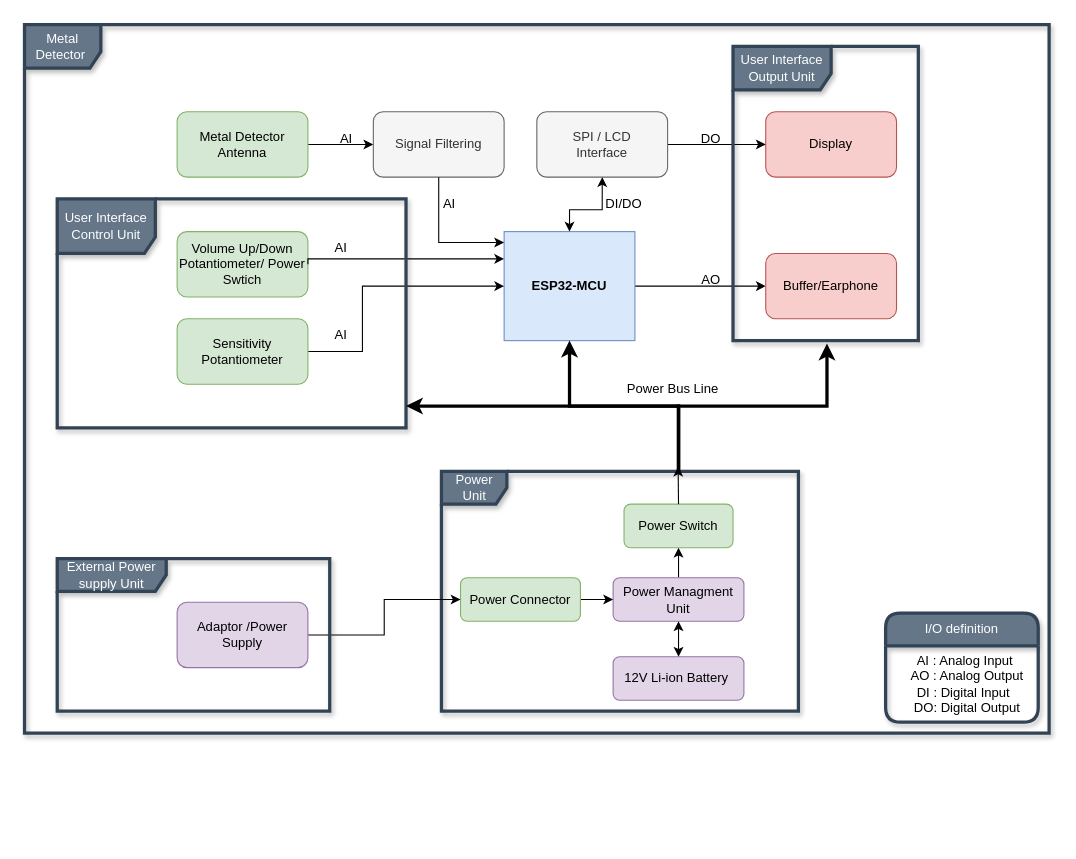
Above: Metal Dedektör.drawio in metevs09/Metal_Dedector (draw.io), before the change. Source tidied: cells renumbered, new cells numbered last; positions are measured from the earlier drawing's top-left corner, leaving out a move shared by most shapes. Both pictures are drawn from the tidied source at 109%, with x=0, y=0 at pixel (24, 24).
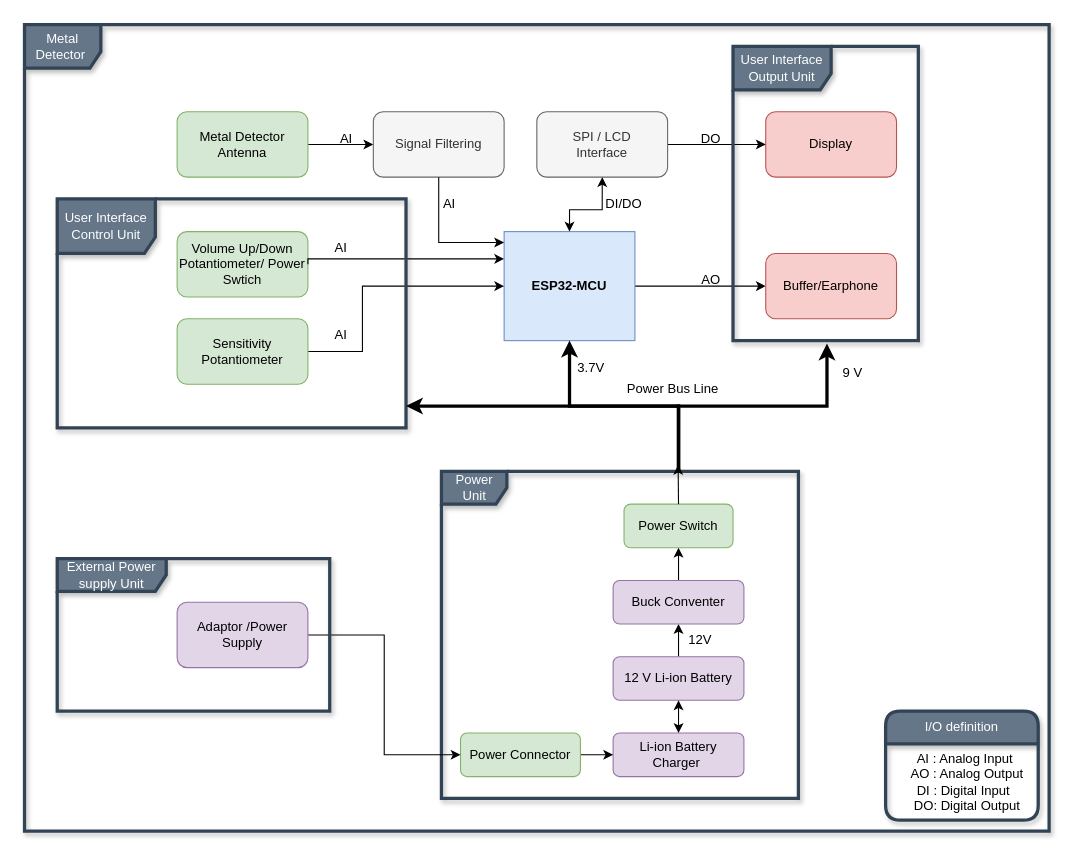
The same page after the edit.

Unchanged cells that the change refers to:
```xml
<mxCell id="32" value="Power Switch" style="rounded=1;whiteSpace=wrap;html=1;fillColor=#d5e8d4;strokeColor=#82b366;" parent="1" vertex="1">
  <mxGeometry x="550" y="440" width="100" height="40" as="geometry" />
</mxCell>
```

What changed in the source:
```diff
@@
-    <mxCell id="6" value="12V Li-ion Battery&amp;nbsp;" style="rounded=1;whiteSpace=wrap;html=1;fillColor=#e1d5e7;strokeColor=#9673a6;" parent="1" vertex="1">
-      <mxGeometry x="540" y="580" width="120" height="40" as="geometry" />
+    <mxCell id="6" value="Li-ion Battery Charger&amp;nbsp;" style="rounded=1;whiteSpace=wrap;html=1;fillColor=#e1d5e7;strokeColor=#9673a6;" parent="1" vertex="1">
+      <mxGeometry x="540" y="650" width="120" height="40" as="geometry" />
     </mxCell>
@@
     <mxCell id="22" value="Metal Detector&amp;nbsp;" style="shape=umlFrame;whiteSpace=wrap;html=1;fillColor=#647687;strokeColor=#314354;strokeWidth=3;shadow=1;fontColor=#ffffff;width=70;height=40;" parent="1" vertex="1">
-      <mxGeometry width="940" height="650" as="geometry" />
+      <mxGeometry width="940" height="740" as="geometry" />
     </mxCell>
     <mxCell id="23" value="I/O definition" style="swimlane;fontStyle=0;horizontal=1;startSize=30;whiteSpace=wrap;html=1;strokeWidth=3;fillColor=#647687;fontColor=#ffffff;strokeColor=#314354;glass=0;shadow=1;rounded=1;" parent="1" vertex="1">
-      <mxGeometry x="790" y="540" width="140" height="100" as="geometry" />
+      <mxGeometry x="790" y="630" width="140" height="100" as="geometry" />
     </mxCell>
@@
     <mxCell id="31" value="Power Unit" style="shape=umlFrame;whiteSpace=wrap;html=1;strokeWidth=3;fillColor=#647687;fontColor=#ffffff;strokeColor=#314354;shadow=1;" parent="1" vertex="1">
-      <mxGeometry x="382.5" y="410" width="327.5" height="220" as="geometry" />
+      <mxGeometry x="382.5" y="410" width="327.5" height="300" as="geometry" />
     </mxCell>
@@
-    <mxCell id="33" style="edgeStyle=orthogonalEdgeStyle;rounded=0;jettySize=auto;html=1;exitX=0.5;exitY=0;exitDx=0;exitDy=0;entryX=0.5;entryY=1;entryDx=0;entryDy=0;" parent="1" edge="1" source="34" target="32">
-      <mxGeometry relative="1" as="geometry" />
-    </mxCell>
+    <mxCell id="45" style="edgeStyle=orthogonalEdgeStyle;rounded=0;jettySize=auto;html=1;" parent="1" edge="1" source="34" target="48">
+      <mxGeometry relative="1" as="geometry" />
+    </mxCell>
-    <mxCell id="34" value="Power Managment Unit" style="rounded=1;whiteSpace=wrap;html=1;fillColor=#e1d5e7;strokeColor=#9673a6;" parent="1" vertex="1">
-      <mxGeometry x="540" y="507.5" width="120" height="40" as="geometry" />
+    <mxCell id="34" value="12 V Li-ion Battery" style="rounded=1;whiteSpace=wrap;html=1;fillColor=#e1d5e7;strokeColor=#9673a6;" parent="1" vertex="1">
+      <mxGeometry x="540" y="580" width="120" height="40" as="geometry" />
     </mxCell>
@@
-    <mxCell id="39" style="edgeStyle=orthogonalEdgeStyle;rounded=0;jettySize=auto;html=1;" parent="1" edge="1" source="40" target="34">
-      <mxGeometry relative="1" as="geometry" />
-    </mxCell>
+    <mxCell id="46" style="edgeStyle=orthogonalEdgeStyle;rounded=0;jettySize=auto;html=1;" parent="1" edge="1" source="40" target="6">
+      <mxGeometry relative="1" as="geometry" />
+    </mxCell>
     <mxCell id="40" value="Power Connector" style="rounded=1;whiteSpace=wrap;html=1;fillColor=#d5e8d4;strokeColor=#82b366;" parent="1" vertex="1">
-      <mxGeometry x="400" y="507.5" width="110" height="40" as="geometry" />
+      <mxGeometry x="400" y="650" width="110" height="40" as="geometry" />
     </mxCell>
@@
+    <mxCell id="47" style="edgeStyle=orthogonalEdgeStyle;rounded=0;jettySize=auto;html=1;" parent="1" edge="1" source="48" target="32">
+      <mxGeometry relative="1" as="geometry" />
+    </mxCell>
+    <mxCell id="48" value="Buck Conventer" style="rounded=1;whiteSpace=wrap;html=1;fillColor=#e1d5e7;strokeColor=#9673a6;" parent="1" vertex="1">
+      <mxGeometry x="540" y="510" width="120" height="40" as="geometry" />
+    </mxCell>
+    <mxCell id="49" value="12V" style="text;html=1;strokeColor=none;fillColor=none;align=center;verticalAlign=middle;whiteSpace=wrap;rounded=0;" parent="1" vertex="1">
+      <mxGeometry x="590" y="550" width="60" height="30" as="geometry" />
+    </mxCell>
+    <mxCell id="50" value="3.7V" style="text;html=1;strokeColor=none;fillColor=none;align=center;verticalAlign=middle;whiteSpace=wrap;rounded=0;" parent="1" vertex="1">
+      <mxGeometry x="490" y="300" width="60" height="30" as="geometry" />
+    </mxCell>
+    <mxCell id="51" value="9&amp;nbsp;V" style="text;html=1;strokeColor=none;fillColor=none;align=center;verticalAlign=middle;whiteSpace=wrap;rounded=0;" parent="1" vertex="1">
+      <mxGeometry x="730" y="305" width="60" height="30" as="geometry" />
+    </mxCell>
```
